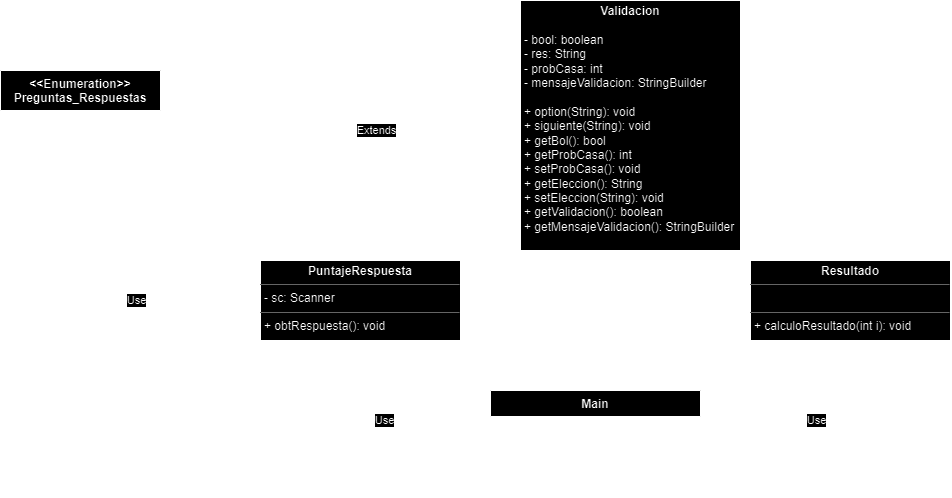
JhonDairoC/HarryPotter keeps this draw.io diagram as HarryPotter.drawio.png. Above is the earlier version. Source tidied: cells renumbered, new cells last; positions are measured from the earlier drawing's top-left corner, leaving out a move shared by most shapes.
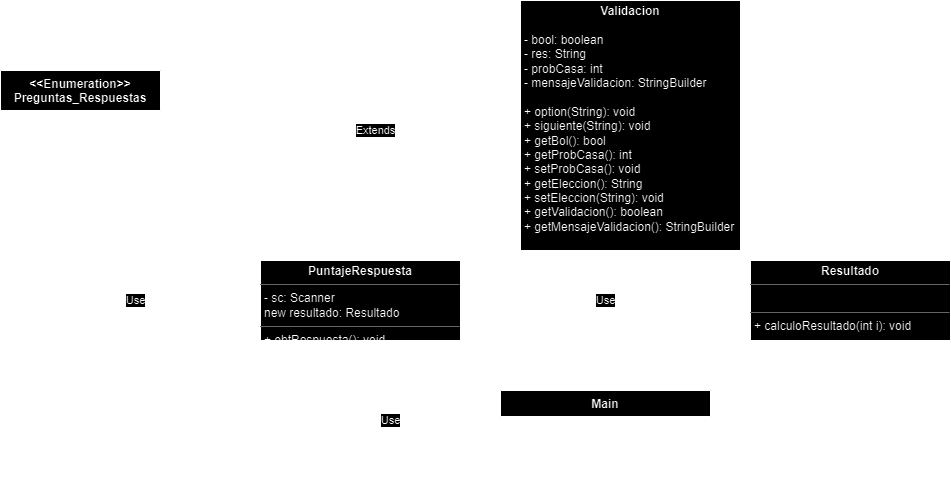
Above is the later version.

What changed in the source:
```diff
@@ -5,7 +5,7 @@
     <mxCell id="2" value="&lt;p style=&quot;margin:0px;margin-top:4px;text-align:center;&quot;&gt;&lt;b&gt;Validacion&lt;/b&gt;&lt;/p&gt;&lt;p style=&quot;margin:0px;margin-left:4px;&quot;&gt;&lt;br&gt;&lt;/p&gt;&lt;p style=&quot;margin:0px;margin-left:4px;&quot;&gt;- bool: boolean&lt;br&gt;&lt;/p&gt;&lt;p style=&quot;margin:0px;margin-left:4px;&quot;&gt;- res: String&lt;br&gt;&lt;/p&gt;&lt;p style=&quot;margin:0px;margin-left:4px;&quot;&gt;- probCasa: int&lt;/p&gt;&lt;p style=&quot;margin:0px;margin-left:4px;&quot;&gt;-&amp;nbsp;mensajeValidacion: StringBuilder&lt;/p&gt;&lt;p style=&quot;margin:0px;margin-left:4px;&quot;&gt;&lt;br&gt;&lt;/p&gt;&lt;p style=&quot;margin:0px;margin-left:4px;&quot;&gt;+&amp;nbsp;option(String): void&lt;/p&gt;&lt;p style=&quot;margin:0px;margin-left:4px;&quot;&gt;+ siguiente(String): void&lt;/p&gt;&lt;p style=&quot;margin:0px;margin-left:4px;&quot;&gt;+&amp;nbsp;getBol(): bool&lt;/p&gt;&lt;p style=&quot;margin:0px;margin-left:4px;&quot;&gt;+ getProbCasa(): int&lt;/p&gt;&lt;p style=&quot;margin:0px;margin-left:4px;&quot;&gt;+ setProbCasa(): void&lt;/p&gt;&lt;p style=&quot;margin:0px;margin-left:4px;&quot;&gt;+&amp;nbsp;getEleccion(): String&lt;/p&gt;&lt;p style=&quot;margin:0px;margin-left:4px;&quot;&gt;+ setEleccion(String): void&lt;/p&gt;&lt;p style=&quot;margin:0px;margin-left:4px;&quot;&gt;+ getValidacion(): boolean&lt;/p&gt;&lt;p style=&quot;margin:0px;margin-left:4px;&quot;&gt;+&amp;nbsp;getMensajeValidacion(): StringBuilder&lt;/p&gt;" style="verticalAlign=top;align=left;overflow=fill;html=1;whiteSpace=wrap;" parent="1" vertex="1">
       <mxGeometry x="520" width="220" height="250" as="geometry" />
     </mxCell>
-    <mxCell id="3" value="&lt;p style=&quot;margin:0px;margin-top:4px;text-align:center;&quot;&gt;&lt;b&gt;PuntajeRespuesta&lt;/b&gt;&lt;br&gt;&lt;/p&gt;&lt;hr size=&quot;1&quot;&gt;&lt;p style=&quot;margin:0px;margin-left:4px;&quot;&gt;- sc: Scanner&lt;/p&gt;&lt;hr size=&quot;1&quot;&gt;&lt;p style=&quot;margin:0px;margin-left:4px;&quot;&gt;&lt;span style=&quot;background-color: initial;&quot;&gt;+&amp;nbsp;&lt;/span&gt;obtRespuesta&lt;span style=&quot;background-color: initial;&quot;&gt;(): void&lt;/span&gt;&lt;/p&gt;" style="verticalAlign=top;align=left;overflow=fill;html=1;whiteSpace=wrap;" parent="1" vertex="1">
+    <mxCell id="3" value="&lt;p style=&quot;margin:0px;margin-top:4px;text-align:center;&quot;&gt;&lt;b&gt;PuntajeRespuesta&lt;/b&gt;&lt;br&gt;&lt;/p&gt;&lt;hr size=&quot;1&quot;&gt;&lt;p style=&quot;margin:0px;margin-left:4px;&quot;&gt;- sc: Scanner&lt;/p&gt;&lt;p style=&quot;margin:0px;margin-left:4px;&quot;&gt;new resultado: Resultado&lt;br&gt;&lt;/p&gt;&lt;hr size=&quot;1&quot;&gt;&lt;p style=&quot;margin:0px;margin-left:4px;&quot;&gt;&lt;span style=&quot;background-color: initial;&quot;&gt;+&amp;nbsp;&lt;/span&gt;obtRespuesta&lt;span style=&quot;background-color: initial;&quot;&gt;(): void&lt;/span&gt;&lt;/p&gt;" style="verticalAlign=top;align=left;overflow=fill;html=1;whiteSpace=wrap;" parent="1" vertex="1">
       <mxGeometry x="260" y="260" width="200" height="80" as="geometry" />
     </mxCell>
     <mxCell id="4" value="&lt;p style=&quot;margin:0px;margin-top:4px;text-align:center;&quot;&gt;&lt;b&gt;Resultado&lt;/b&gt;&lt;/p&gt;&lt;hr size=&quot;1&quot;&gt;&lt;p style=&quot;margin:0px;margin-left:4px;&quot;&gt;&lt;br&gt;&lt;/p&gt;&lt;hr size=&quot;1&quot;&gt;&lt;p style=&quot;margin:0px;margin-left:4px;&quot;&gt;+&amp;nbsp;calculoResultado&lt;span style=&quot;background-color: initial;&quot;&gt;(int i): void&lt;/span&gt;&lt;/p&gt;" style="verticalAlign=top;align=left;overflow=fill;html=1;whiteSpace=wrap;strokeColor=default;fillColor=default;strokeWidth=1;" parent="1" vertex="1">
@@ -18,12 +18,8 @@
         </Array>
       </mxGeometry>
     </mxCell>
-    <mxCell id="6" value="Use" style="endArrow=open;endSize=12;dashed=1;html=1;rounded=0;entryX=0.5;entryY=1;entryDx=0;entryDy=0;exitX=1;exitY=0.136;exitDx=0;exitDy=0;exitPerimeter=0;" parent="1" edge="1" source="9" target="4">
-      <mxGeometry relative="1" as="geometry">
-        <Array as="points">
-          <mxPoint x="850" y="420" />
-        </Array>
-      </mxGeometry>
+    <mxCell id="6" value="Use" style="endArrow=open;endSize=12;dashed=1;html=1;rounded=0;entryX=0;entryY=0.5;entryDx=0;entryDy=0;exitX=1;exitY=0.5;exitDx=0;exitDy=0;" parent="1" edge="1" source="3" target="4">
+      <mxGeometry relative="1" as="geometry" />
     </mxCell>
     <mxCell id="7" value="Extends" style="endArrow=block;endSize=16;endFill=0;html=1;rounded=0;entryX=0;entryY=0.5;entryDx=0;entryDy=0;exitX=0.5;exitY=0;exitDx=0;exitDy=0;" parent="1" edge="1" source="3" target="2">
       <mxGeometry relative="1" as="geometry">
@@ -33,16 +29,16 @@
       </mxGeometry>
     </mxCell>
     <mxCell id="8" value="Main" style="swimlane;fontStyle=1;align=center;verticalAlign=top;horizontal=1;startSize=26;whiteSpace=wrap;html=1;" parent="1" vertex="1">
-      <mxGeometry x="490" y="390" width="210" height="104" as="geometry" />
+      <mxGeometry x="500" y="390" width="210" height="84" as="geometry" />
     </mxCell>
-    <mxCell id="9" value="new respuesta: PuntajeRespuestas&lt;span style=&quot;background-color: initial;&quot;&gt;&lt;br&gt;&lt;/span&gt;new resultado: Resultado" style="text;strokeColor=none;fillColor=none;align=left;verticalAlign=top;spacingLeft=4;spacingRight=4;overflow=hidden;points=[[0,0.5],[1,0.5]];portConstraint=eastwest;whiteSpace=wrap;html=1;" parent="8" vertex="1">
-      <mxGeometry y="26" width="210" height="44" as="geometry" />
+    <mxCell id="9" value="new respuesta: PuntajeRespuestas" style="text;strokeColor=none;fillColor=none;align=left;verticalAlign=top;spacingLeft=4;spacingRight=4;overflow=hidden;points=[[0,0.5],[1,0.5]];portConstraint=eastwest;whiteSpace=wrap;html=1;" parent="8" vertex="1">
+      <mxGeometry y="26" width="210" height="24" as="geometry" />
     </mxCell>
     <mxCell id="10" style="line;strokeWidth=1;fillColor=none;align=left;verticalAlign=middle;spacingTop=-1;spacingLeft=3;spacingRight=3;labelPosition=right;strokeColor=inherit;" parent="8" vertex="1">
-      <mxGeometry y="70" width="210" height="8" as="geometry" />
+      <mxGeometry y="50" width="210" height="8" as="geometry" />
     </mxCell>
     <mxCell id="11" value="+ main(): void" style="text;strokeColor=none;fillColor=none;align=left;verticalAlign=top;spacingLeft=4;spacingRight=4;overflow=hidden;whiteSpace=wrap;html=1;" parent="8" vertex="1">
-      <mxGeometry y="78" width="210" height="26" as="geometry" />
+      <mxGeometry y="58" width="210" height="26" as="geometry" />
     </mxCell>
     <mxCell id="12" value="&amp;lt;&amp;lt;Enumeration&amp;gt;&amp;gt;&lt;br&gt;Preguntas_Respuestas" style="swimlane;fontStyle=1;align=center;verticalAlign=top;horizontal=1;startSize=40;whiteSpace=wrap;html=1;" parent="1" vertex="1">
       <mxGeometry y="70" width="160" height="164" as="geometry" />
```
